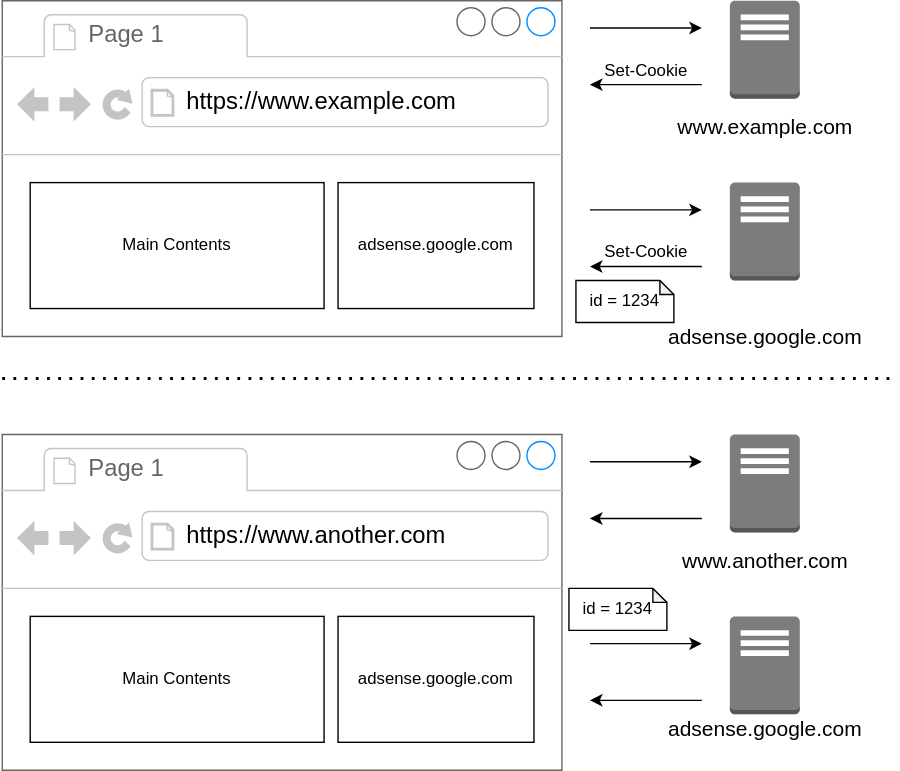
Earlier version of the draw.io export web_basics/05_Third_Party_Cookie/assets/fig2.svg (shimopino/praha-challenges). Source tidied: cells renumbered, new cells last; positions are measured from the earlier drawing's top-left corner, leaving out a move shared by most shapes.
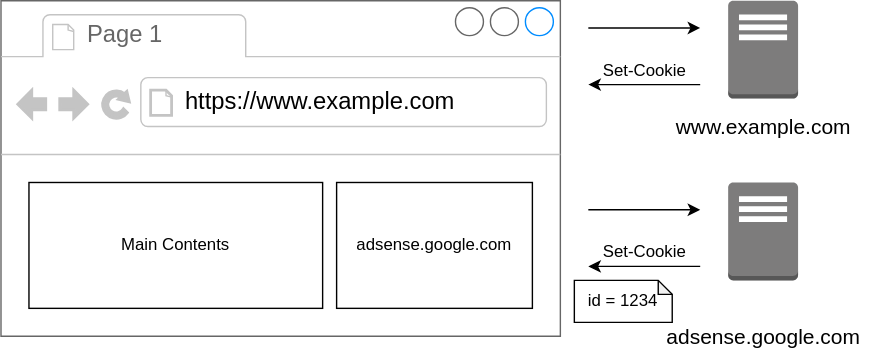
Later version of the same file.

Commit message:
docs: 説明文に追加した画像のコミット漏れ #19

Change to the diagram source:
```diff
@@ -17,12 +17,6 @@
     <mxCell id="6" value="Main Contents" style="rounded=0;whiteSpace=wrap;html=1;" parent="2" vertex="1">
       <mxGeometry x="20" y="130" width="210" height="90" as="geometry" />
     </mxCell>
-    <mxCell id="7" style="endArrow=none;dashed=1;html=1;dashPattern=1 3;strokeWidth=2;" parent="2" edge="1">
-      <mxGeometry relative="1" as="geometry">
-        <mxPoint y="270" as="sourcePoint" />
-        <mxPoint x="640" y="270" as="targetPoint" />
-      </mxGeometry>
-    </mxCell>
     <mxCell id="8" style="dashed=0;verticalLabelPosition=bottom;verticalAlign=top;align=center;html=1;shape=mxgraph.aws3.traditional_server;fillColor=#7D7C7C;gradientColor=none;fontSize=25;" parent="1" vertex="1">
       <mxGeometry x="520" width="50" height="70" as="geometry" />
     </mxCell>
@@ -65,62 +59,8 @@
     <mxCell id="17" value="Set-Cookie" style="text;html=1;align=center;verticalAlign=middle;fontSize=12;fontColor=#000000;" parent="1" vertex="1">
       <mxGeometry x="425" y="40" width="70" height="20" as="geometry" />
     </mxCell>
-    <mxCell id="18" style="strokeWidth=1;shadow=0;dashed=0;align=center;html=1;shape=mxgraph.mockup.containers.browserWindow;rSize=0;strokeColor=#666666;strokeColor2=#008cff;strokeColor3=#c4c4c4;mainText=,;" parent="1" vertex="1">
-      <mxGeometry y="310" width="400" height="240" as="geometry" />
-    </mxCell>
-    <mxCell id="19" value="Page 1" style="strokeWidth=1;shadow=0;dashed=0;align=center;html=1;shape=mxgraph.mockup.containers.anchor;fontSize=17;fontColor=#666666;align=left;" parent="18" vertex="1">
-      <mxGeometry x="60" y="12" width="110" height="26" as="geometry" />
-    </mxCell>
-    <mxCell id="20" value="https://www.another.com" style="strokeWidth=1;shadow=0;dashed=0;align=center;html=1;shape=mxgraph.mockup.containers.anchor;rSize=0;fontSize=17;align=left;fontColor=#000000;" parent="18" vertex="1">
-      <mxGeometry x="130" y="60" width="250" height="26" as="geometry" />
-    </mxCell>
-    <mxCell id="21" value="adsense.google.com" style="rounded=0;whiteSpace=wrap;html=1;" parent="18" vertex="1">
-      <mxGeometry x="240" y="130" width="140" height="90" as="geometry" />
-    </mxCell>
-    <mxCell id="22" value="Main Contents" style="rounded=0;whiteSpace=wrap;html=1;" parent="18" vertex="1">
-      <mxGeometry x="20" y="130" width="210" height="90" as="geometry" />
-    </mxCell>
-    <mxCell id="23" style="dashed=0;verticalLabelPosition=bottom;verticalAlign=top;align=center;html=1;shape=mxgraph.aws3.traditional_server;fillColor=#7D7C7C;gradientColor=none;fontSize=25;" parent="1" vertex="1">
-      <mxGeometry x="520" y="310" width="50" height="70" as="geometry" />
-    </mxCell>
-    <mxCell id="24" style="dashed=0;verticalLabelPosition=bottom;verticalAlign=top;align=center;html=1;shape=mxgraph.aws3.traditional_server;fillColor=#7D7C7C;gradientColor=none;fontSize=25;" parent="1" vertex="1">
-      <mxGeometry x="520" y="440" width="50" height="70" as="geometry" />
-    </mxCell>
-    <mxCell id="25" value="www.another.com" style="text;html=1;align=center;verticalAlign=middle;fontSize=15;" parent="1" vertex="1">
-      <mxGeometry x="480" y="390" width="130" height="20" as="geometry" />
-    </mxCell>
-    <mxCell id="26" value="adsense.google.com" style="text;html=1;align=center;verticalAlign=middle;fontSize=15;" parent="1" vertex="1">
-      <mxGeometry x="470" y="510" width="150" height="20" as="geometry" />
-    </mxCell>
-    <mxCell id="27" style="endArrow=classic;html=1;fontSize=15;fontColor=#FFFFFF;" parent="1" edge="1">
-      <mxGeometry relative="1" as="geometry">
-        <mxPoint x="420" y="329.5" as="sourcePoint" />
-        <mxPoint x="500" y="329.5" as="targetPoint" />
-      </mxGeometry>
-    </mxCell>
-    <mxCell id="28" style="endArrow=classic;html=1;fontSize=15;fontColor=#FFFFFF;" parent="1" edge="1">
-      <mxGeometry relative="1" as="geometry">
-        <mxPoint x="500" y="370" as="sourcePoint" />
-        <mxPoint x="420" y="370" as="targetPoint" />
-      </mxGeometry>
-    </mxCell>
-    <mxCell id="29" style="endArrow=classic;html=1;fontSize=15;fontColor=#FFFFFF;" parent="1" edge="1">
-      <mxGeometry relative="1" as="geometry">
-        <mxPoint x="420" y="459.5" as="sourcePoint" />
-        <mxPoint x="500" y="459.5" as="targetPoint" />
-      </mxGeometry>
-    </mxCell>
-    <mxCell id="30" style="endArrow=classic;html=1;fontSize=15;fontColor=#FFFFFF;" parent="1" edge="1">
-      <mxGeometry relative="1" as="geometry">
-        <mxPoint x="500" y="500" as="sourcePoint" />
-        <mxPoint x="420" y="500" as="targetPoint" />
-      </mxGeometry>
-    </mxCell>
     <mxCell id="31" value="id = 1234" style="shape=note;whiteSpace=wrap;html=1;backgroundOutline=1;darkOpacity=0.05;size=10;" parent="1" vertex="1">
       <mxGeometry x="410" y="200" width="70" height="30" as="geometry" />
     </mxCell>
-    <mxCell id="32" value="id = 1234" style="shape=note;whiteSpace=wrap;html=1;backgroundOutline=1;darkOpacity=0.05;size=10;" parent="1" vertex="1">
-      <mxGeometry x="405" y="420" width="70" height="30" as="geometry" />
-    </mxCell>
   </root>
 </mxGraphModel>
```
